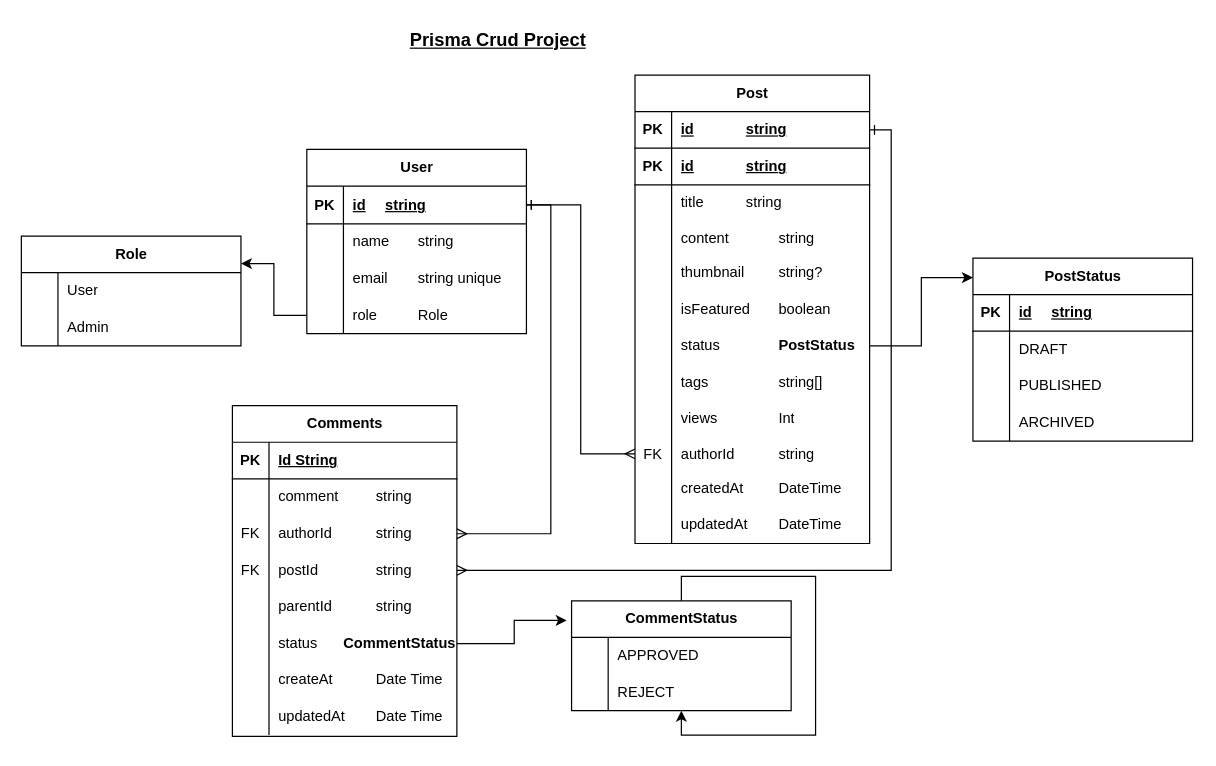
The draw.io diagram prisma-blog-app.drawio in DeveloperMonirBD/prisma-blog-server, before the edit. Source tidied: cells renumbered, new cells numbered last; positions are measured from the earlier drawing's top-left corner, leaving out a move shared by most shapes. Both pictures are drawn from the tidied source at 122%, with x=0, y=0 at pixel (21, 21).
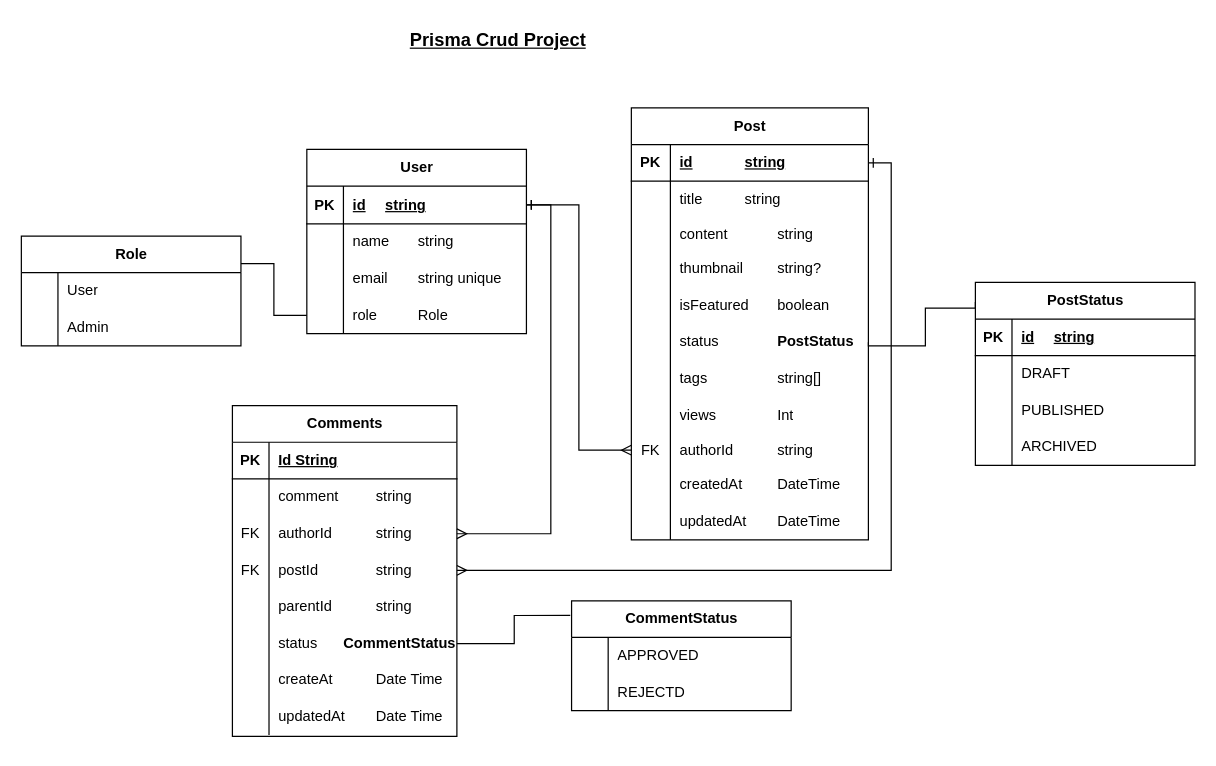
Above is the later version.

The change refers to these unchanged cells:
```xml
<mxCell id="51" style="shape=tableRow;horizontal=0;startSize=0;swimlaneHead=0;swimlaneBody=0;fillColor=none;points=[[0,0.5],[1,0.5]];portConstraint=eastwest;top=0;left=0;right=0;bottom=0;rounded=0;" parent="41" vertex="1">
  <mxGeometry y="121" width="180" height="30" as="geometry" />
</mxCell>
<mxCell id="64" style="shape=tableRow;horizontal=0;startSize=0;swimlaneHead=0;swimlaneBody=0;fillColor=none;points=[[0,0.5],[1,0.5]];portConstraint=eastwest;top=0;left=0;right=0;bottom=0;rounded=0;" parent="54" vertex="1">
  <mxGeometry y="120" width="184" height="30" as="geometry" />
</mxCell>
<mxCell id="70" style="shape=tableRow;horizontal=0;startSize=0;swimlaneHead=0;swimlaneBody=0;fillColor=none;points=[[0,0.5],[1,0.5]];portConstraint=eastwest;top=0;left=0;right=0;bottom=0;rounded=0;" parent="54" vertex="1">
  <mxGeometry y="180" width="184" height="30" as="geometry" />
</mxCell>
<mxCell id="92" value="Role" style="shape=table;startSize=30;childLayout=tableLayout;rowLines=0;fontStyle=1;align=center;html=1;rounded=0;" parent="1" vertex="1">
  <mxGeometry y="176" width="180" height="90" as="geometry" />
</mxCell>
<mxCell id="100" value="CommentStatus" style="shape=table;startSize=30;childLayout=tableLayout;rowLines=0;fontStyle=1;align=center;html=1;rounded=0;" parent="1" vertex="1">
  <mxGeometry x="451" y="475" width="180" height="90" as="geometry" />
</mxCell>
<mxCell id="104" style="shape=tableRow;horizontal=0;startSize=0;swimlaneHead=0;swimlaneBody=0;fillColor=none;top=0;left=0;right=0;bottom=0;rounded=0;" parent="100" vertex="1">
  <mxGeometry y="60" width="180" height="30" as="geometry" />
</mxCell>
```

What changed in the source:
```diff
@@
-<mxGraphModel>
+<mxGraphModel background="light-dark(#ffffff, #121212)">
@@
     <mxCell id="2" value="Post" style="shape=table;startSize=30;childLayout=tableLayout;rowLines=0;fontStyle=1;align=center;html=1;rounded=0;" parent="1" vertex="1">
-      <mxGeometry x="503" y="44" width="192.3" height="384" as="geometry" />
+      <mxGeometry x="500" y="71" width="194.3" height="354" as="geometry" />
     </mxCell>
     <mxCell id="3" style="shape=tableRow;horizontal=0;startSize=0;swimlaneHead=0;swimlaneBody=0;fillColor=none;points=[[0,0.5],[1,0.5]];portConstraint=eastwest;top=0;left=0;right=0;bottom=1;rounded=0;" parent="2" vertex="1">
-      <mxGeometry y="30" width="192.3" height="30" as="geometry" />
+      <mxGeometry y="30" width="194.3" height="30" as="geometry" />
     </mxCell>
     <mxCell id="4" value="PK" style="shape=partialRectangle;fillColor=none;top=0;left=0;bottom=0;right=0;fontStyle=1;overflow=hidden;whiteSpace=wrap;html=1;rounded=0;" parent="3" vertex="1">
-      <mxGeometry width="30" height="30" as="geometry" />
+      <mxGeometry width="32" height="30" as="geometry" />
     </mxCell>
     <mxCell id="5" value="id&lt;span style=&quot;white-space: pre;&quot;&gt;&#9;&lt;/span&gt;&lt;span style=&quot;white-space: pre;&quot;&gt;&#9;&lt;/span&gt;string" style="shape=partialRectangle;fillColor=none;top=0;left=0;bottom=0;right=0;align=left;spacingLeft=6;fontStyle=5;overflow=hidden;whiteSpace=wrap;html=1;rounded=0;" parent="3" vertex="1">
-      <mxGeometry x="30" width="162.3" height="30" as="geometry" />
+      <mxGeometry x="32" width="162.3" height="30" as="geometry" />
     </mxCell>
-    <mxCell id="6" style="shape=tableRow;horizontal=0;startSize=0;swimlaneHead=0;swimlaneBody=0;fillColor=none;top=0;left=0;right=0;bottom=1;rounded=0;" parent="2" vertex="1">
-      <mxGeometry y="60" width="192.3" height="30" as="geometry" />
-    </mxCell>
-    <mxCell id="7" value="PK" style="shape=partialRectangle;fillColor=none;top=0;left=0;bottom=0;right=0;fontStyle=1;overflow=hidden;whiteSpace=wrap;html=1;rounded=0;" parent="6" vertex="1">
-      <mxGeometry width="30" height="30" as="geometry" />
-    </mxCell>
-    <mxCell id="8" value="id&lt;span style=&quot;white-space: pre;&quot;&gt;&#9;&lt;/span&gt;&lt;span style=&quot;white-space: pre;&quot;&gt;&#9;&lt;/span&gt;string" style="shape=partialRectangle;fillColor=none;top=0;left=0;bottom=0;right=0;align=left;spacingLeft=6;fontStyle=5;overflow=hidden;whiteSpace=wrap;html=1;rounded=0;" parent="6" vertex="1">
-      <mxGeometry x="30" width="162.3" height="30" as="geometry" />
-    </mxCell>
     <mxCell id="9" style="shape=tableRow;horizontal=0;startSize=0;swimlaneHead=0;swimlaneBody=0;fillColor=none;top=0;left=0;right=0;bottom=0;rounded=0;" parent="2" vertex="1">
-      <mxGeometry y="90" width="192.3" height="30" as="geometry" />
+      <mxGeometry y="60" width="194.3" height="30" as="geometry" />
     </mxCell>
     <mxCell id="10" style="shape=partialRectangle;fillColor=none;top=0;left=0;bottom=0;right=0;overflow=hidden;whiteSpace=wrap;html=1;rounded=0;" parent="9" vertex="1">
-      <mxGeometry width="30" height="30" as="geometry" />
+      <mxGeometry width="32" height="30" as="geometry" />
     </mxCell>
     <mxCell id="11" value="title&lt;span style=&quot;white-space: pre;&quot;&gt;&#9;&lt;/span&gt;&lt;span style=&quot;white-space: pre;&quot;&gt;&#9;&lt;/span&gt;string" style="shape=partialRectangle;fillColor=none;top=0;left=0;bottom=0;right=0;align=left;spacingLeft=6;overflow=hidden;whiteSpace=wrap;html=1;rounded=0;" parent="9" vertex="1">
-      <mxGeometry x="30" width="162.3" height="30" as="geometry" />
+      <mxGeometry x="32" width="162.3" height="30" as="geometry" />
     </mxCell>
     <mxCell id="12" style="shape=tableRow;horizontal=0;startSize=0;swimlaneHead=0;swimlaneBody=0;fillColor=none;top=0;left=0;right=0;bottom=0;rounded=0;" parent="2" vertex="1">
-      <mxGeometry y="120" width="192.3" height="27" as="geometry" />
+      <mxGeometry y="90" width="194.3" height="27" as="geometry" />
     </mxCell>
     <mxCell id="13" style="shape=partialRectangle;fillColor=none;top=0;left=0;bottom=0;right=0;overflow=hidden;whiteSpace=wrap;html=1;rounded=0;" parent="12" vertex="1">
-      <mxGeometry width="30" height="27" as="geometry" />
+      <mxGeometry width="32" height="27" as="geometry" />
     </mxCell>
     <mxCell id="14" value="content&lt;span style=&quot;white-space: pre;&quot;&gt;&#9;&lt;/span&gt;&lt;span style=&quot;white-space: pre;&quot;&gt;&#9;&lt;/span&gt;string" style="shape=partialRectangle;fillColor=none;top=0;left=0;bottom=0;right=0;align=left;spacingLeft=6;overflow=hidden;whiteSpace=wrap;html=1;rounded=0;" parent="12" vertex="1">
-      <mxGeometry x="30" width="162.3" height="27" as="geometry" />
+      <mxGeometry x="32" width="162.3" height="27" as="geometry" />
     </mxCell>
     <mxCell id="15" style="shape=tableRow;horizontal=0;startSize=0;swimlaneHead=0;swimlaneBody=0;fillColor=none;top=0;left=0;right=0;bottom=0;rounded=0;" parent="2" vertex="1">
-      <mxGeometry y="147" width="192.3" height="30" as="geometry" />
+      <mxGeometry y="117" width="194.3" height="30" as="geometry" />
     </mxCell>
     <mxCell id="16" style="shape=partialRectangle;fillColor=none;top=0;left=0;bottom=0;right=0;overflow=hidden;whiteSpace=wrap;html=1;rounded=0;" parent="15" vertex="1">
-      <mxGeometry width="30" height="30" as="geometry" />
+      <mxGeometry width="32" height="30" as="geometry" />
     </mxCell>
     <mxCell id="17" value="thumbnail&lt;span style=&quot;white-space: pre;&quot;&gt;&#9;&lt;/span&gt;string?" style="shape=partialRectangle;fillColor=none;top=0;left=0;bottom=0;right=0;align=left;spacingLeft=6;overflow=hidden;whiteSpace=wrap;html=1;rounded=0;" parent="15" vertex="1">
-      <mxGeometry x="30" width="162.3" height="30" as="geometry" />
+      <mxGeometry x="32" width="162.3" height="30" as="geometry" />
     </mxCell>
     <mxCell id="18" style="shape=tableRow;horizontal=0;startSize=0;swimlaneHead=0;swimlaneBody=0;fillColor=none;top=0;left=0;right=0;bottom=0;rounded=0;" parent="2" vertex="1">
-      <mxGeometry y="177" width="192.3" height="30" as="geometry" />
+      <mxGeometry y="147" width="194.3" height="30" as="geometry" />
     </mxCell>
     <mxCell id="19" style="shape=partialRectangle;fillColor=none;top=0;left=0;bottom=0;right=0;overflow=hidden;whiteSpace=wrap;html=1;rounded=0;" parent="18" vertex="1">
-      <mxGeometry width="30" height="30" as="geometry" />
+      <mxGeometry width="32" height="30" as="geometry" />
     </mxCell>
     <mxCell id="20" value="isFeatured&lt;span style=&quot;white-space: pre;&quot;&gt;&#9;&lt;/span&gt;boolean" style="shape=partialRectangle;fillColor=none;top=0;left=0;bottom=0;right=0;align=left;spacingLeft=6;overflow=hidden;whiteSpace=wrap;html=1;rounded=0;" parent="18" vertex="1">
-      <mxGeometry x="30" width="162.3" height="30" as="geometry" />
+      <mxGeometry x="32" width="162.3" height="30" as="geometry" />
     </mxCell>
     <mxCell id="21" style="shape=tableRow;horizontal=0;startSize=0;swimlaneHead=0;swimlaneBody=0;fillColor=none;points=[[0,0.5],[1,0.5]];portConstraint=eastwest;top=0;left=0;right=0;bottom=0;rounded=0;" parent="2" vertex="1">
-      <mxGeometry y="207" width="192.3" height="30" as="geometry" />
+      <mxGeometry y="177" width="194.3" height="30" as="geometry" />
     </mxCell>
     <mxCell id="22" style="shape=partialRectangle;fillColor=none;top=0;left=0;bottom=0;right=0;overflow=hidden;whiteSpace=wrap;html=1;rounded=0;" parent="21" vertex="1">
-      <mxGeometry width="30" height="30" as="geometry" />
+      <mxGeometry width="32" height="30" as="geometry" />
     </mxCell>
     <mxCell id="23" value="status&lt;span style=&quot;white-space: pre;&quot;&gt;&#9;&lt;/span&gt;&lt;span style=&quot;white-space: pre;&quot;&gt;&#9;&lt;/span&gt;&lt;b&gt;PostStatus&lt;/b&gt;" style="shape=partialRectangle;fillColor=none;top=0;left=0;bottom=0;right=0;align=left;spacingLeft=6;overflow=hidden;whiteSpace=wrap;html=1;rounded=0;" parent="21" vertex="1">
-      <mxGeometry x="30" width="162.3" height="30" as="geometry" />
+      <mxGeometry x="32" width="162.3" height="30" as="geometry" />
     </mxCell>
     <mxCell id="24" style="shape=tableRow;horizontal=0;startSize=0;swimlaneHead=0;swimlaneBody=0;fillColor=none;top=0;left=0;right=0;bottom=0;rounded=0;" parent="2" vertex="1">
-      <mxGeometry y="237" width="192.3" height="30" as="geometry" />
+      <mxGeometry y="207" width="194.3" height="30" as="geometry" />
     </mxCell>
     <mxCell id="25" style="shape=partialRectangle;fillColor=none;top=0;left=0;bottom=0;right=0;overflow=hidden;whiteSpace=wrap;html=1;rounded=0;" parent="24" vertex="1">
-      <mxGeometry width="30" height="30" as="geometry" />
+      <mxGeometry width="32" height="30" as="geometry" />
     </mxCell>
     <mxCell id="26" value="tags&lt;span style=&quot;white-space: pre;&quot;&gt;&#9;&lt;/span&gt;&lt;span style=&quot;white-space: pre;&quot;&gt;&#9;&lt;span style=&quot;white-space: pre;&quot;&gt;&#9;&lt;/span&gt;&lt;/span&gt;string[]" style="shape=partialRectangle;fillColor=none;top=0;left=0;bottom=0;right=0;align=left;spacingLeft=6;overflow=hidden;whiteSpace=wrap;html=1;rounded=0;" parent="24" vertex="1">
-      <mxGeometry x="30" width="162.3" height="30" as="geometry" />
+      <mxGeometry x="32" width="162.3" height="30" as="geometry" />
     </mxCell>
     <mxCell id="27" style="shape=tableRow;horizontal=0;startSize=0;swimlaneHead=0;swimlaneBody=0;fillColor=none;top=0;left=0;right=0;bottom=0;rounded=0;" parent="2" vertex="1">
-      <mxGeometry y="267" width="192.3" height="30" as="geometry" />
+      <mxGeometry y="237" width="194.3" height="30" as="geometry" />
     </mxCell>
     <mxCell id="28" style="shape=partialRectangle;fillColor=none;top=0;left=0;bottom=0;right=0;overflow=hidden;whiteSpace=wrap;html=1;rounded=0;" parent="27" vertex="1">
-      <mxGeometry width="30" height="30" as="geometry" />
+      <mxGeometry width="32" height="30" as="geometry" />
     </mxCell>
     <mxCell id="29" value="views&lt;span style=&quot;white-space: pre;&quot;&gt;&#9;&lt;/span&gt;&lt;span style=&quot;white-space: pre;&quot;&gt;&#9;&lt;/span&gt;Int" style="shape=partialRectangle;fillColor=none;top=0;left=0;bottom=0;right=0;align=left;spacingLeft=6;overflow=hidden;whiteSpace=wrap;html=1;rounded=0;" parent="27" vertex="1">
-      <mxGeometry x="30" width="162.3" height="30" as="geometry" />
+      <mxGeometry x="32" width="162.3" height="30" as="geometry" />
     </mxCell>
     <mxCell id="30" style="shape=tableRow;horizontal=0;startSize=0;swimlaneHead=0;swimlaneBody=0;fillColor=none;points=[[0,0.5],[1,0.5]];portConstraint=eastwest;top=0;left=0;right=0;bottom=0;rounded=0;" parent="2" vertex="1">
-      <mxGeometry y="297" width="192.3" height="27" as="geometry" />
+      <mxGeometry y="267" width="194.3" height="27" as="geometry" />
     </mxCell>
     <mxCell id="31" value="FK" style="shape=partialRectangle;fillColor=none;top=0;left=0;bottom=0;right=0;overflow=hidden;whiteSpace=wrap;html=1;rounded=0;" parent="30" vertex="1">
-      <mxGeometry width="30" height="27" as="geometry" />
+      <mxGeometry width="32" height="27" as="geometry" />
     </mxCell>
     <mxCell id="32" value="authorId&lt;span style=&quot;white-space: pre;&quot;&gt;&#9;&lt;/span&gt;&lt;span style=&quot;white-space: pre;&quot;&gt;&#9;&lt;/span&gt;string" style="shape=partialRectangle;fillColor=none;top=0;left=0;bottom=0;right=0;align=left;spacingLeft=6;overflow=hidden;whiteSpace=wrap;html=1;rounded=0;" parent="30" vertex="1">
-      <mxGeometry x="30" width="162.3" height="27" as="geometry" />
+      <mxGeometry x="32" width="162.3" height="27" as="geometry" />
     </mxCell>
     <mxCell id="33" style="shape=tableRow;horizontal=0;startSize=0;swimlaneHead=0;swimlaneBody=0;fillColor=none;top=0;left=0;right=0;bottom=0;rounded=0;" parent="2" vertex="1">
-      <mxGeometry y="324" width="192.3" height="30" as="geometry" />
+      <mxGeometry y="294" width="194.3" height="30" as="geometry" />
     </mxCell>
     <mxCell id="34" style="shape=partialRectangle;fillColor=none;top=0;left=0;bottom=0;right=0;overflow=hidden;whiteSpace=wrap;html=1;rounded=0;" parent="33" vertex="1">
-      <mxGeometry width="30" height="30" as="geometry" />
+      <mxGeometry width="32" height="30" as="geometry" />
     </mxCell>
     <mxCell id="35" value="createdAt&lt;span style=&quot;white-space: pre;&quot;&gt;&#9;&lt;/span&gt;&lt;span style=&quot;white-space: pre;&quot;&gt;&#9;&lt;/span&gt;DateTime" style="shape=partialRectangle;fillColor=none;top=0;left=0;bottom=0;right=0;align=left;spacingLeft=6;overflow=hidden;whiteSpace=wrap;html=1;rounded=0;" parent="33" vertex="1">
-      <mxGeometry x="30" width="162.3" height="30" as="geometry" />
+      <mxGeometry x="32" width="162.3" height="30" as="geometry" />
     </mxCell>
     <mxCell id="36" style="shape=tableRow;horizontal=0;startSize=0;swimlaneHead=0;swimlaneBody=0;fillColor=none;top=0;left=0;right=0;bottom=0;rounded=0;" parent="2" vertex="1">
-      <mxGeometry y="354" width="192.3" height="30" as="geometry" />
+      <mxGeometry y="324" width="194.3" height="30" as="geometry" />
     </mxCell>
     <mxCell id="37" style="shape=partialRectangle;fillColor=none;top=0;left=0;bottom=0;right=0;overflow=hidden;whiteSpace=wrap;html=1;rounded=0;" parent="36" vertex="1">
-      <mxGeometry width="30" height="30" as="geometry" />
+      <mxGeometry width="32" height="30" as="geometry" />
     </mxCell>
     <mxCell id="38" value="updatedAt&lt;span style=&quot;white-space: pre;&quot;&gt;&#9;&lt;/span&gt;DateTime" style="shape=partialRectangle;fillColor=none;top=0;left=0;bottom=0;right=0;align=left;spacingLeft=6;overflow=hidden;whiteSpace=wrap;html=1;rounded=0;" parent="36" vertex="1">
-      <mxGeometry x="30" width="162.3" height="30" as="geometry" />
+      <mxGeometry x="32" width="162.3" height="30" as="geometry" />
     </mxCell>
-    <mxCell id="39" style="edgeStyle=orthogonalEdgeStyle;rounded=0;jettySize=auto;html=1;exitX=1;exitY=0.5;exitDx=0;exitDy=0;entryX=0;entryY=0.107;entryDx=0;entryDy=0;entryPerimeter=0;" parent="1" edge="1" source="21" target="79">
-      <mxGeometry relative="1" as="geometry" />
+    <mxCell id="39" style="edgeStyle=orthogonalEdgeStyle;rounded=0;jettySize=auto;html=1;exitX=1;exitY=0.5;exitDx=0;exitDy=0;entryX=0;entryY=0.107;entryDx=0;entryDy=0;entryPerimeter=0;endArrow=none;endFill=0;" parent="1" edge="1" source="21" target="79">
+      <mxGeometry relative="1" as="geometry">
+        <Array as="points">
+          <mxPoint x="694.3" y="266" />
+          <mxPoint x="741" y="266" />
+          <mxPoint x="741" y="235" />
+          <mxPoint x="782" y="235" />
+        </Array>
+      </mxGeometry>
     </mxCell>
@@
     <mxCell id="79" value="PostStatus" style="shape=table;startSize=30;childLayout=tableLayout;rowLines=0;fontStyle=1;align=center;html=1;rounded=0;" parent="1" vertex="1">
-      <mxGeometry x="780" y="194" width="180" height="150" as="geometry" />
+      <mxGeometry x="782" y="214" width="180" height="150" as="geometry" />
     </mxCell>
@@
-    <mxCell id="99" style="edgeStyle=orthogonalEdgeStyle;rounded=0;jettySize=auto;html=1;exitX=0;exitY=0.5;exitDx=0;exitDy=0;entryX=1;entryY=0.25;entryDx=0;entryDy=0;" parent="1" edge="1" source="51" target="92">
-      <mxGeometry relative="1" as="geometry" />
+    <mxCell id="99" style="edgeStyle=orthogonalEdgeStyle;rounded=0;jettySize=auto;html=1;exitX=0;exitY=0.5;exitDx=0;exitDy=0;entryX=1;entryY=0.25;entryDx=0;entryDy=0;endArrow=none;endFill=0;" parent="1" edge="1" source="51" target="92">
+      <mxGeometry relative="1" as="geometry">
+        <Array as="points">
+          <mxPoint x="207" y="241" />
+          <mxPoint x="207" y="198.5" />
+        </Array>
+      </mxGeometry>
     </mxCell>
@@
-    <mxCell id="106" value="REJECT" style="shape=partialRectangle;fillColor=none;top=0;left=0;bottom=0;right=0;align=left;spacingLeft=6;overflow=hidden;whiteSpace=wrap;html=1;rounded=0;" parent="104" vertex="1">
+    <mxCell id="106" value="REJECTD" style="shape=partialRectangle;fillColor=none;top=0;left=0;bottom=0;right=0;align=left;spacingLeft=6;overflow=hidden;whiteSpace=wrap;html=1;rounded=0;" parent="104" vertex="1">
       <mxGeometry x="30" width="150" height="30" as="geometry" />
     </mxCell>
-    <mxCell id="107" style="edgeStyle=orthogonalEdgeStyle;rounded=0;jettySize=auto;html=1;exitX=1;exitY=0.5;exitDx=0;exitDy=0;entryX=-0.022;entryY=0.178;entryDx=0;entryDy=0;entryPerimeter=0;" parent="1" edge="1" source="70" target="100">
-      <mxGeometry relative="1" as="geometry" />
-    </mxCell>
@@
     <mxCell id="109" style="edgeStyle=orthogonalEdgeStyle;rounded=0;jettySize=auto;html=1;startArrow=ERone;startFill=0;endArrow=ERmany;endFill=0;exitX=1;exitY=0.5;exitDx=0;exitDy=0;entryX=1;entryY=0.5;entryDx=0;entryDy=0;" parent="1" edge="1" source="3" target="64">
       <mxGeometry relative="1" as="geometry">
         <Array as="points">
-          <mxPoint x="713" y="89" />
+          <mxPoint x="713" y="116" />
           <mxPoint x="713" y="450" />
         </Array>
       </mxGeometry>
     </mxCell>
@@
-    <mxCell id="111" style="edgeStyle=orthogonalEdgeStyle;rounded=0;orthogonalLoop=1;jettySize=auto;html=1;innerLoopWaypoints=1;exitX=0.5;exitY=0;exitDx=0;exitDy=0;" parent="1" edge="1" source="100" target="100">
-      <mxGeometry relative="1" as="geometry" />
-    </mxCell>
+    <mxCell id="107" style="edgeStyle=orthogonalEdgeStyle;rounded=0;jettySize=auto;html=1;exitX=1;exitY=0.5;exitDx=0;exitDy=0;entryX=-0.006;entryY=0.133;entryDx=0;entryDy=0;entryPerimeter=0;endArrow=none;endFill=0;" parent="1" edge="1" source="70" target="100">
+      <mxGeometry relative="1" as="geometry" />
+    </mxCell>
```
